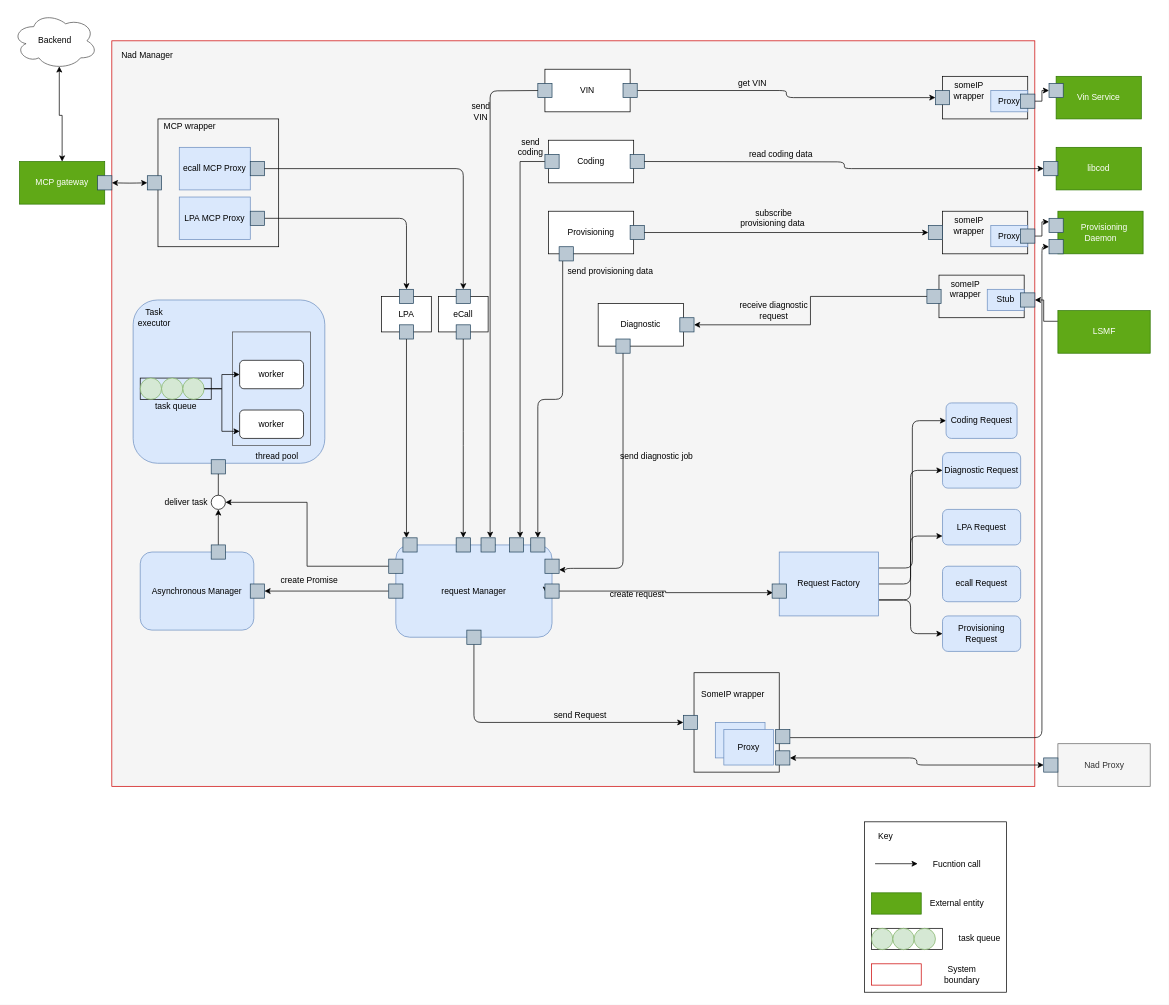
Before: page "dynamic" (4 of 4) of doc/SA cert/Design/nadmanager.drawio in taikt/codefun, a draw.io diagram. Source tidied: cells renumbered, new cells numbered last; positions are measured from the earlier drawing's top-left corner, leaving out a move shared by most shapes. Both pictures are drawn from the tidied source at 71%, with x=0, y=0 at pixel (12, 12).
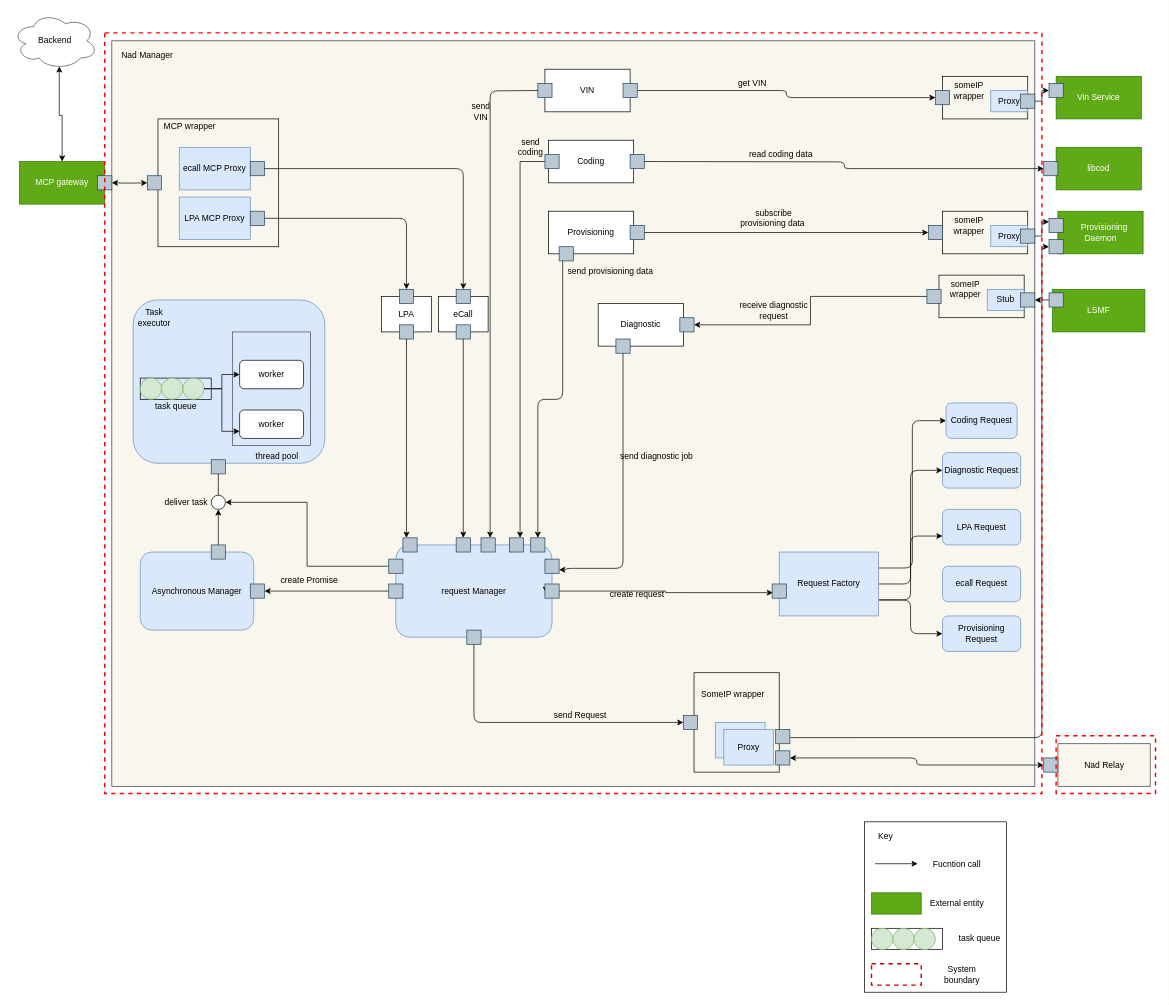
The same page after the edit.

The edit, as a diff of the source:
```diff
@@
-    <mxCell id="8" style="rounded=0;whiteSpace=wrap;html=1;fillColor=#f5f5f5;strokeColor=#CC0000;fontColor=#333333;" parent="1" vertex="1">
+    <mxCell id="8" style="rounded=0;whiteSpace=wrap;html=1;fillColor=#f9f7ed;strokeColor=#36393d;" parent="1" vertex="1">
       <mxGeometry x="140" y="40" width="1300" height="1050" as="geometry" />
     </mxCell>
@@
     <mxCell id="12" value="LSMF" style="rounded=0;whiteSpace=wrap;html=1;fillColor=#60a917;strokeColor=#2D7600;fontColor=#ffffff;" parent="1" vertex="1">
-      <mxGeometry x="1472.5" y="420" width="130" height="60" as="geometry" />
+      <mxGeometry x="1465" y="390" width="130" height="60" as="geometry" />
     </mxCell>
@@
-    <mxCell id="33" value="Nad Proxy" style="rounded=0;whiteSpace=wrap;html=1;fillColor=#f5f5f5;strokeColor=#666666;fontColor=#333333;" parent="1" vertex="1">
+    <mxCell id="33" value="Nad Relay" style="rounded=0;whiteSpace=wrap;html=1;fillColor=#f9f7ed;strokeColor=#36393d;" parent="1" vertex="1">
       <mxGeometry x="1472.5" y="1030" width="130" height="60" as="geometry" />
     </mxCell>
@@
-    <mxCell id="177" style="rounded=0;whiteSpace=wrap;html=1;fillColor=none;strokeColor=#CC0000;fontColor=#ffffff;" parent="1" vertex="1">
+    <mxCell id="177" style="rounded=0;whiteSpace=wrap;html=1;fillColor=none;strokeColor=#CC0000;fontColor=#ffffff;strokeWidth=2;dashed=1;" parent="1" vertex="1">
       <mxGeometry x="1210" y="1340" width="70" height="30" as="geometry" />
     </mxCell>
@@
+    <mxCell id="179" style="rounded=0;whiteSpace=wrap;html=1;dashed=1;strokeColor=#FF0000;strokeWidth=2;fillColor=none;" parent="1" vertex="1">
+      <mxGeometry x="1470" y="1018.8" width="140" height="81.2" as="geometry" />
+    </mxCell>
+    <mxCell id="180" style="rounded=0;whiteSpace=wrap;html=1;dashed=1;strokeColor=#FF0000;strokeWidth=2;fillColor=none;" parent="1" vertex="1">
+      <mxGeometry x="130" y="28.8" width="1320" height="1071.2" as="geometry" />
+    </mxCell>
+    <mxCell id="181" style="whiteSpace=wrap;html=1;fillColor=#bac8d3;strokeColor=#23445d;" parent="1" vertex="1">
+      <mxGeometry x="1460" y="395" width="20" height="20" as="geometry" />
+    </mxCell>
```
